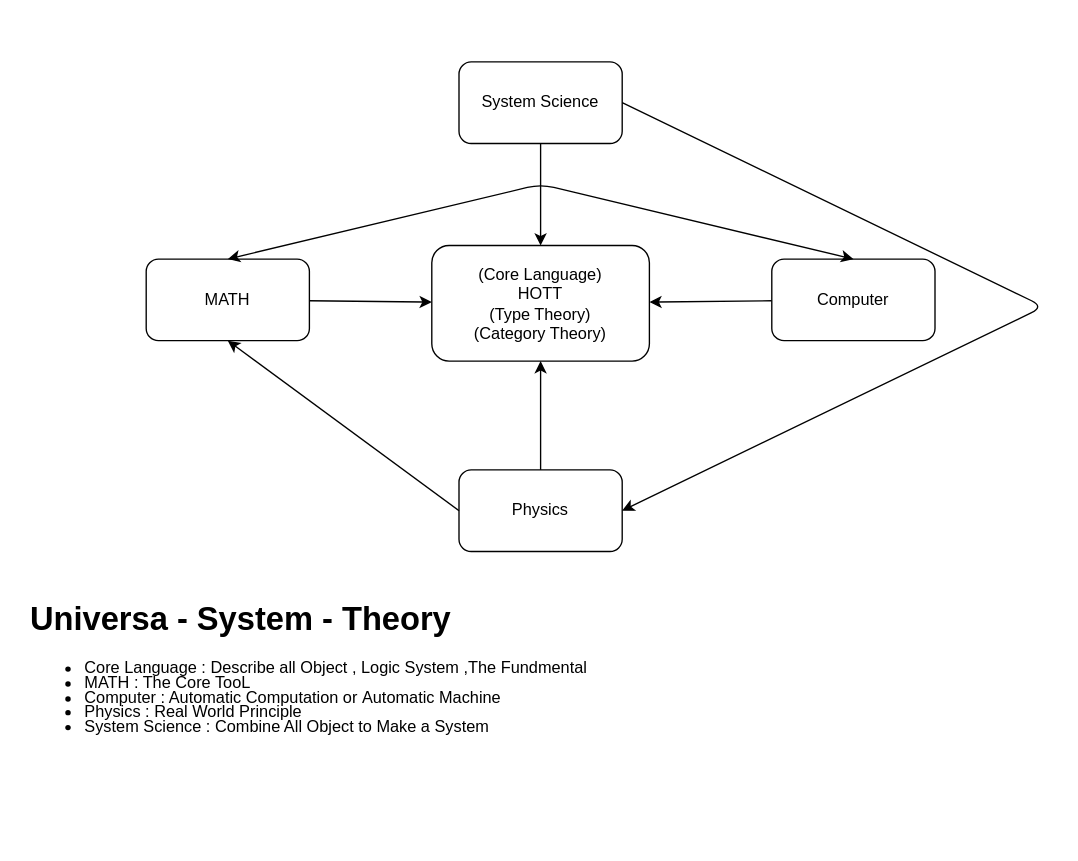
Before: Picture/Drawio/Core_Theory.drawio in SDTEFU/Study-Plan, a draw.io diagram. Source tidied: cells renumbered, new cells numbered last; positions are measured from the earlier drawing's top-left corner, leaving out a move shared by most shapes. Both pictures are drawn from the tidied source at 136%, with x=0, y=0 at pixel (23, 61).
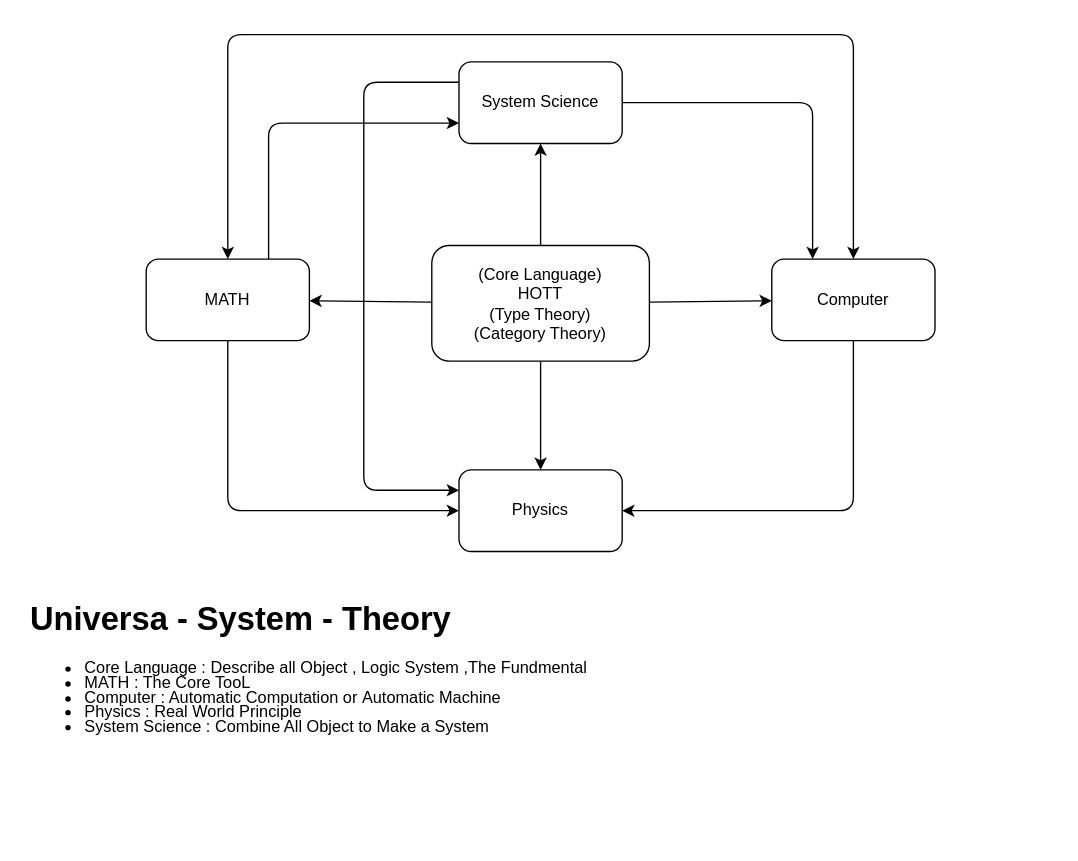
Above is the later version.

Unchanged cells that the change refers to:
```xml
<mxCell id="3" value="MATH" style="rounded=1;whiteSpace=wrap;html=1;" parent="1" vertex="1">
  <mxGeometry x="90" y="145" width="120" height="60" as="geometry" />
</mxCell>
<mxCell id="5" value="Computer&lt;br&gt;" style="rounded=1;whiteSpace=wrap;html=1;" parent="1" vertex="1">
  <mxGeometry x="550" y="145" width="120" height="60" as="geometry" />
</mxCell>
<mxCell id="6" value="(Core Language)&lt;br&gt;HOTT&lt;br&gt;(Type Theory)&lt;br&gt;(Category Theory)" style="rounded=1;whiteSpace=wrap;html=1;" parent="1" vertex="1">
  <mxGeometry x="300" y="135" width="160" height="85" as="geometry" />
</mxCell>
<mxCell id="8" value="Physics" style="rounded=1;whiteSpace=wrap;html=1;" parent="1" vertex="1">
  <mxGeometry x="320" y="300" width="120" height="60" as="geometry" />
</mxCell>
<mxCell id="10" value="System Science" style="rounded=1;whiteSpace=wrap;html=1;" parent="1" vertex="1">
  <mxGeometry x="320" width="120" height="60" as="geometry" />
</mxCell>
```

Change to the diagram source:
```diff
@@
-    <mxCell id="2" style="edgeStyle=none;rounded=1;html=1;fontSize=12;" parent="1" edge="1" source="3" target="6">
-      <mxGeometry relative="1" as="geometry" />
-    </mxCell>
@@
-    <mxCell id="4" style="edgeStyle=none;rounded=1;html=1;fontSize=12;" parent="1" edge="1" source="5" target="6">
-      <mxGeometry relative="1" as="geometry" />
-    </mxCell>
@@
+    <mxCell id="14" style="edgeStyle=none;html=1;" parent="1" edge="1" source="6" target="3">
+      <mxGeometry relative="1" as="geometry" />
+    </mxCell>
+    <mxCell id="15" style="edgeStyle=none;html=1;" parent="1" edge="1" source="6" target="10">
+      <mxGeometry relative="1" as="geometry" />
+    </mxCell>
+    <mxCell id="16" style="edgeStyle=none;html=1;" parent="1" edge="1" source="6" target="5">
+      <mxGeometry relative="1" as="geometry" />
+    </mxCell>
+    <mxCell id="17" style="edgeStyle=none;html=1;" parent="1" edge="1" source="6" target="8">
+      <mxGeometry relative="1" as="geometry" />
+    </mxCell>
@@
-    <mxCell id="7" style="edgeStyle=none;rounded=1;html=1;fontSize=12;" parent="1" edge="1" source="8" target="6">
-      <mxGeometry relative="1" as="geometry" />
-    </mxCell>
@@
-    <mxCell id="9" style="edgeStyle=none;rounded=1;html=1;fontSize=12;" parent="1" edge="1" source="10" target="6">
-      <mxGeometry relative="1" as="geometry" />
-    </mxCell>
@@
-    <mxCell id="12" style="endArrow=classic;startArrow=classic;html=1;rounded=1;fontSize=12;exitX=0.5;exitY=0;exitDx=0;exitDy=0;entryX=0.5;entryY=0;entryDx=0;entryDy=0;" parent="1" edge="1" source="5" target="3">
-      <mxGeometry relative="1" as="geometry">
-        <Array as="points">
-          <mxPoint x="380" y="90" />
-        </Array>
-      </mxGeometry>
-    </mxCell>
-    <mxCell id="13" style="endArrow=classic;html=1;rounded=1;fontSize=12;exitX=0;exitY=0.5;exitDx=0;exitDy=0;entryX=0.5;entryY=1;entryDx=0;entryDy=0;" parent="1" edge="1" source="8" target="3">
-      <mxGeometry relative="1" as="geometry" />
-    </mxCell>
-    <mxCell id="14" style="endArrow=classic;html=1;rounded=1;fontSize=12;exitX=1;exitY=0.5;exitDx=0;exitDy=0;entryX=1;entryY=0.5;entryDx=0;entryDy=0;" parent="1" edge="1" source="10" target="8">
-      <mxGeometry relative="1" as="geometry">
-        <Array as="points">
-          <mxPoint x="750" y="180" />
-        </Array>
-      </mxGeometry>
-    </mxCell>
+    <mxCell id="18" style="endArrow=classic;startArrow=classic;html=1;entryX=0.5;entryY=0;entryDx=0;entryDy=0;exitX=0.5;exitY=0;exitDx=0;exitDy=0;" parent="1" edge="1" source="3" target="5">
+      <mxGeometry relative="1" as="geometry">
+        <Array as="points">
+          <mxPoint x="150" y="-20" />
+          <mxPoint x="610" y="-20" />
+        </Array>
+      </mxGeometry>
+    </mxCell>
+    <mxCell id="19" style="endArrow=classic;html=1;exitX=0.5;exitY=1;exitDx=0;exitDy=0;entryX=0;entryY=0.5;entryDx=0;entryDy=0;" parent="1" edge="1" source="3" target="8">
+      <mxGeometry relative="1" as="geometry">
+        <Array as="points">
+          <mxPoint x="150" y="330" />
+        </Array>
+      </mxGeometry>
+    </mxCell>
+    <mxCell id="20" style="endArrow=classic;html=1;exitX=0.5;exitY=1;exitDx=0;exitDy=0;entryX=1;entryY=0.5;entryDx=0;entryDy=0;" parent="1" edge="1" source="5" target="8">
+      <mxGeometry relative="1" as="geometry">
+        <Array as="points">
+          <mxPoint x="610" y="330" />
+        </Array>
+      </mxGeometry>
+    </mxCell>
+    <mxCell id="21" style="endArrow=classic;html=1;exitX=0;exitY=0.25;exitDx=0;exitDy=0;entryX=0;entryY=0.25;entryDx=0;entryDy=0;" parent="1" edge="1" source="10" target="8">
+      <mxGeometry relative="1" as="geometry">
+        <Array as="points">
+          <mxPoint x="250" y="15" />
+          <mxPoint x="250" y="180" />
+          <mxPoint x="250" y="315" />
+        </Array>
+      </mxGeometry>
+    </mxCell>
+    <mxCell id="22" style="endArrow=classic;html=1;exitX=1;exitY=0.5;exitDx=0;exitDy=0;entryX=0.25;entryY=0;entryDx=0;entryDy=0;" parent="1" edge="1" source="10" target="5">
+      <mxGeometry relative="1" as="geometry">
+        <Array as="points">
+          <mxPoint x="580" y="30" />
+        </Array>
+      </mxGeometry>
+    </mxCell>
+    <mxCell id="23" style="endArrow=classic;html=1;fillColor=#15081D;exitX=0.75;exitY=0;exitDx=0;exitDy=0;entryX=0;entryY=0.75;entryDx=0;entryDy=0;" parent="1" edge="1" source="3" target="10">
+      <mxGeometry relative="1" as="geometry">
+        <Array as="points">
+          <mxPoint x="180" y="45" />
+        </Array>
+      </mxGeometry>
+    </mxCell>
```
